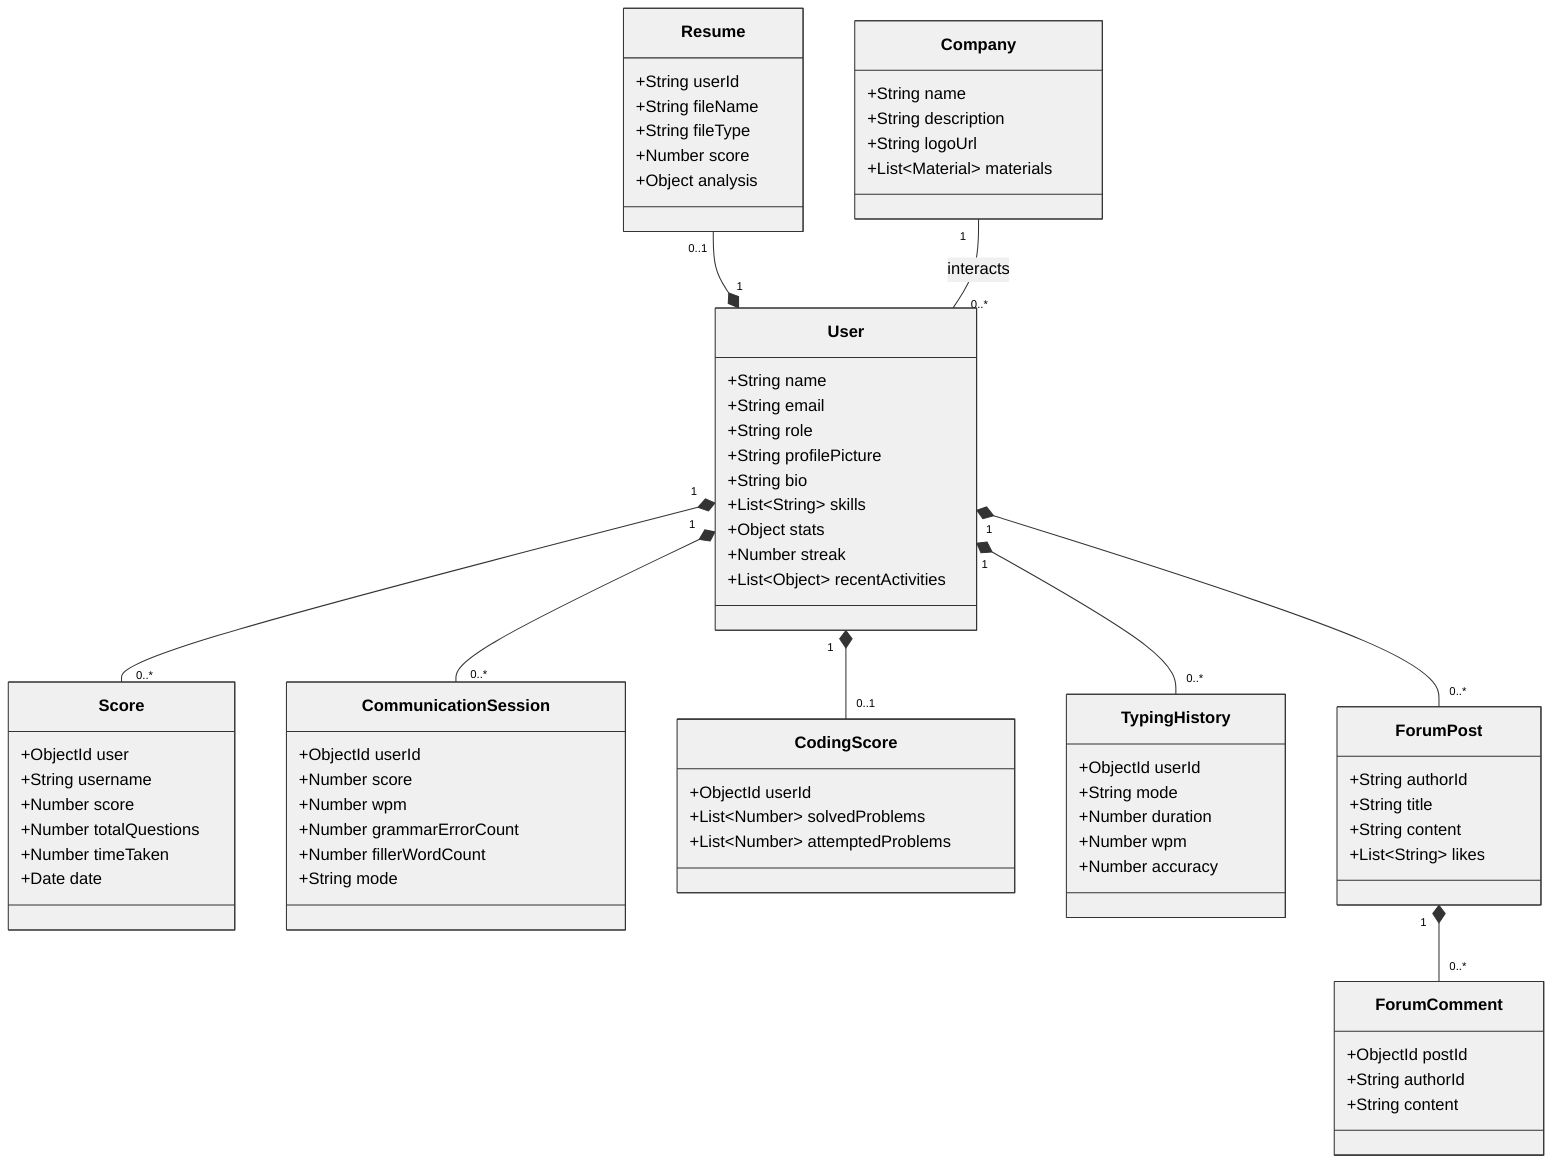
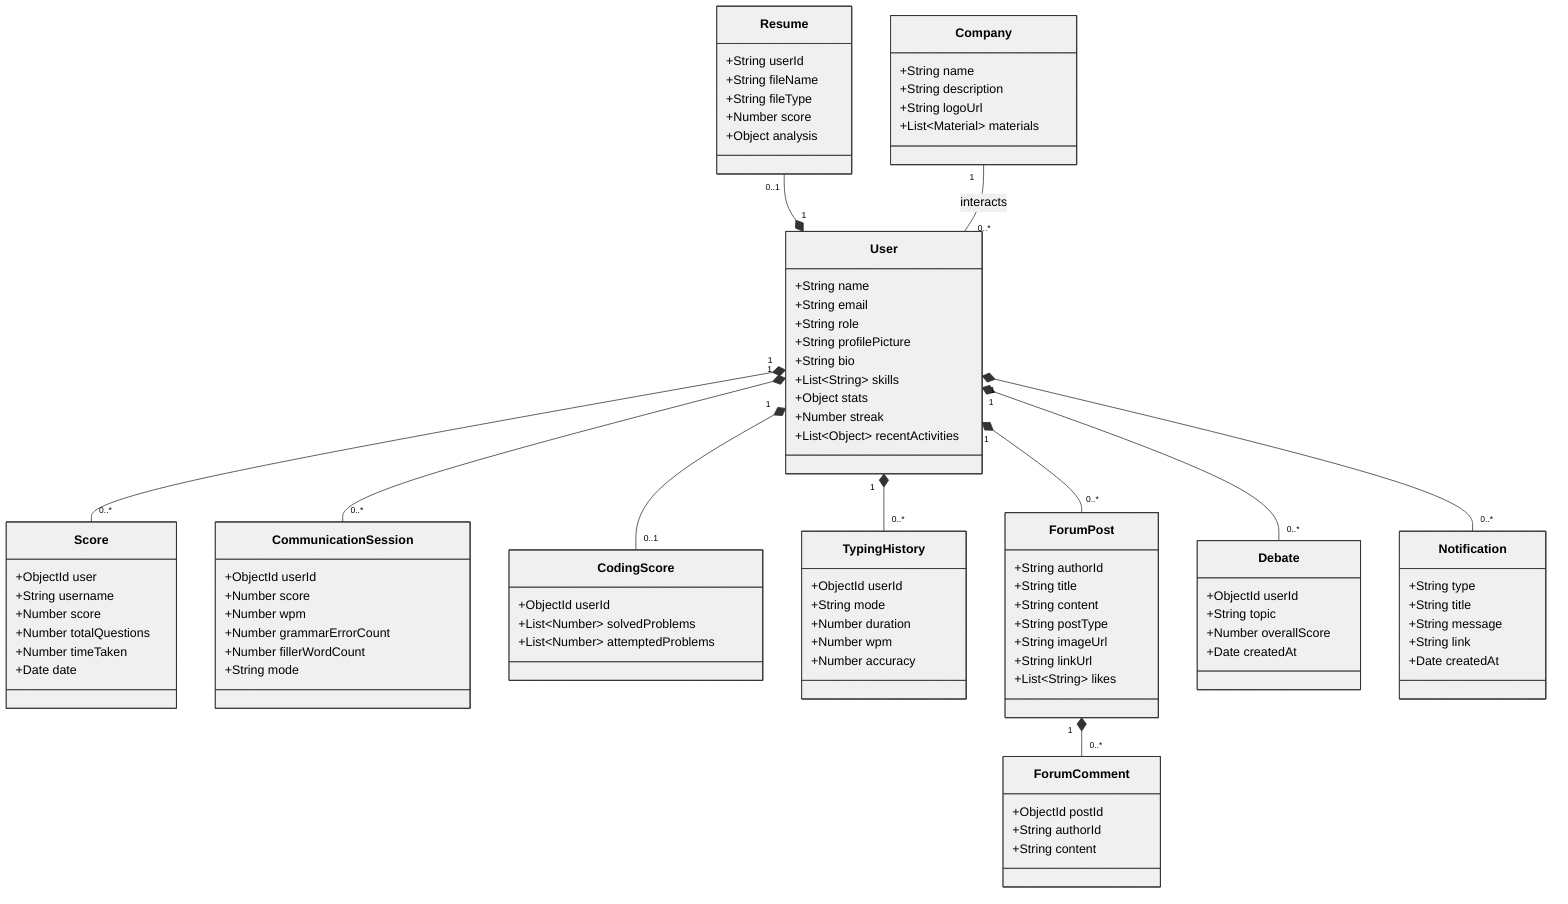
%%{init: {
  "theme": "base",
  "themeVariables": {
    "primaryColor": "#f0f0f0",
    "primaryTextColor": "#000000",
    "primaryBorderColor": "#333333",
    "lineColor": "#333333",
    "secondaryColor": "#f0f0f0",
    "tertiaryColor": "#f0f0f0"
  }
}}%%
classDiagram
    direction TB

    classDef default fill:#f1f1f1,stroke:#333,stroke-width:1px,color:#000;

    class User {
        +String name
        +String email
        +String role
        +String profilePicture
        +String bio
        +List~String~ skills
        +Object stats
        +Number streak
        +List~Object~ recentActivities
    }

    class Company {
        +String name
        +String description
        +String logoUrl
        +List~Material~ materials
    }

    class Resume {
        +String userId
        +String fileName
        +String fileType
        +Number score
        +Object analysis
    }

    class Score {
        +ObjectId user
        +String username
        +Number score
        +Number totalQuestions
        +Number timeTaken
        +Date date
    }

    class CommunicationSession {
        +ObjectId userId
        +Number score
        +Number wpm
        +Number grammarErrorCount
        +Number fillerWordCount
        +String mode
    }

    class CodingScore {
        +ObjectId userId
        +List~Number~ solvedProblems
        +List~Number~ attemptedProblems
    }

    class TypingHistory {
        +ObjectId userId
        +String mode
        +Number duration
        +Number wpm
        +Number accuracy
    }

    class ForumPost {
        +String authorId
        +String title
        +String content
+         +String postType
+         +String imageUrl
+         +String linkUrl
        +List~String~ likes
    }

    class ForumComment {
        +ObjectId postId
        +String authorId
        +String content
    }

+     class Debate {
+         +ObjectId userId
+         +String topic
+         +Number overallScore
+         +Date createdAt
+     }
+ 
+     class Notification {
+         +String type
+         +String title
+         +String message
+         +String link
+         +Date createdAt
+     }
+ 
    Resume "0..1" --* "1" User
    Company "1" -- "0..*" User : interacts
    User "1" *-- "0..*" Score
    User "1" *-- "0..*" CommunicationSession
    User "1" *-- "0..1" CodingScore
    User "1" *-- "0..*" TypingHistory
    User "1" *-- "0..*" ForumPost
+     User "1" *-- "0..*" Debate
+     User "1" *-- "0..*" Notification
    ForumPost "1" *-- "0..*" ForumComment
